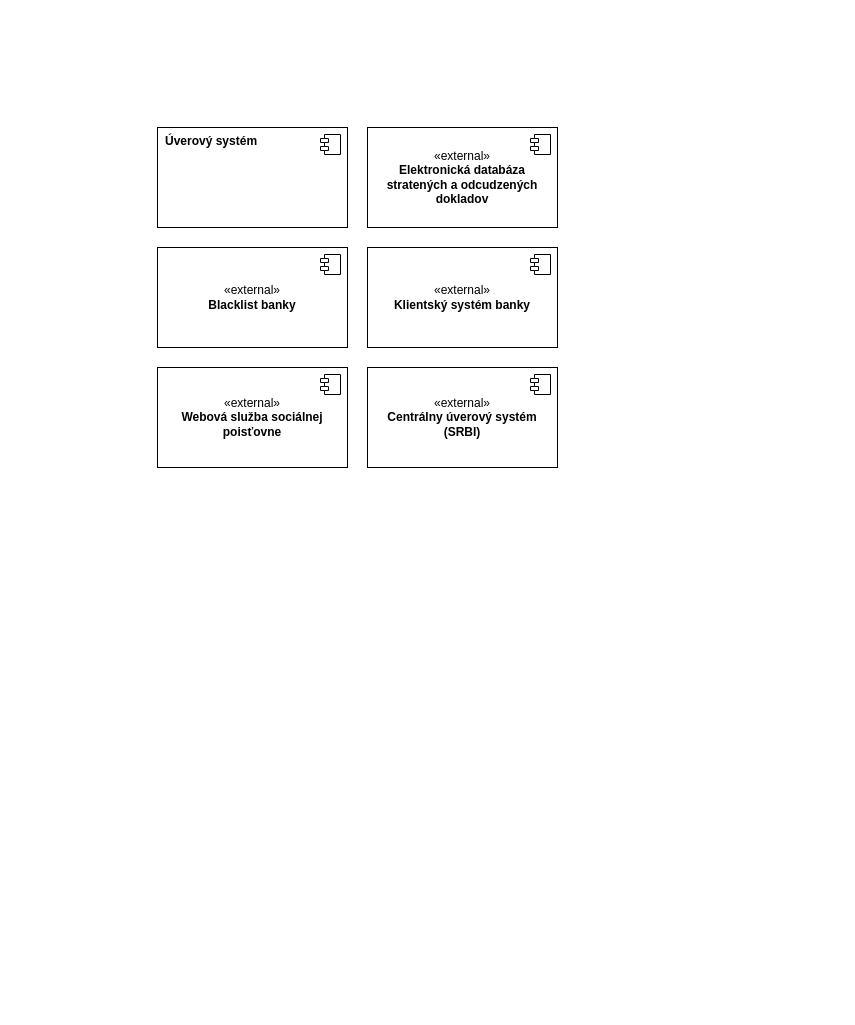
Earlier version of the draw.io diagram UML/Kontextovy.drawio (KubkoFrano/VyvojVelkychAplikacii). Source tidied: cells renumbered, new cells numbered last; positions are measured from the earlier drawing's top-left corner, leaving out a move shared by most shapes. Both pictures are drawn from the tidied source at 100%, with x=0, y=0 at pixel (157, 127).
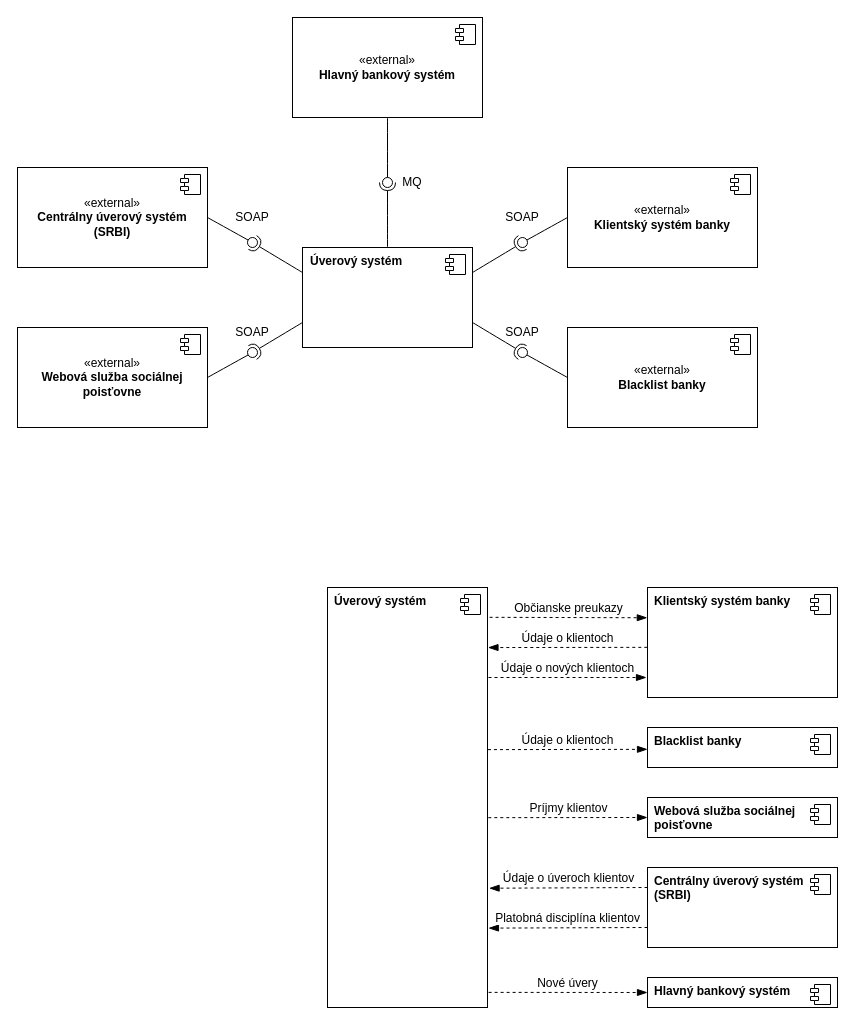
The same page after the edit.

What changed in the source:
```diff
@@
     <mxCell id="2" value="&lt;b&gt;Úverový systém&lt;/b&gt;" style="html=1;align=left;labelPosition=center;verticalLabelPosition=middle;verticalAlign=top;whiteSpace=wrap;spacingLeft=6;" parent="1" vertex="1">
-      <mxGeometry width="190" height="100" as="geometry" />
+      <mxGeometry x="145" y="120" width="170" height="100" as="geometry" />
     </mxCell>
@@
-    <mxCell id="4" value="«external»&lt;br&gt;&lt;b&gt;Elektronická databáza stratených a odcudzených dokladov&lt;/b&gt;" style="html=1;whiteSpace=wrap;" parent="1" vertex="1">
-      <mxGeometry x="210" width="190" height="100" as="geometry" />
-    </mxCell>
-    <mxCell id="5" style="shape=module;jettyWidth=8;jettyHeight=4;" parent="4" vertex="1">
-      <mxGeometry x="1" width="20" height="20" relative="1" as="geometry">
-        <mxPoint x="-27" y="7" as="offset" />
-      </mxGeometry>
-    </mxCell>
     <mxCell id="6" value="«external»&lt;br&gt;&lt;b&gt;Klientský systém banky&lt;/b&gt;" style="html=1;whiteSpace=wrap;" parent="1" vertex="1">
-      <mxGeometry x="210" y="120" width="190" height="100" as="geometry" />
+      <mxGeometry x="410" y="40" width="190" height="100" as="geometry" />
     </mxCell>
@@
     <mxCell id="8" value="«e&lt;span style=&quot;background-color: transparent; color: light-dark(rgb(0, 0, 0), rgb(255, 255, 255));&quot;&gt;xternal»&lt;/span&gt;&lt;div&gt;&lt;b&gt;Blacklist banky&lt;/b&gt;&lt;/div&gt;" style="html=1;whiteSpace=wrap;" parent="1" vertex="1">
-      <mxGeometry y="120" width="190" height="100" as="geometry" />
+      <mxGeometry x="410" y="200" width="190" height="100" as="geometry" />
     </mxCell>
@@
     <mxCell id="10" value="«e&lt;span style=&quot;background-color: transparent; color: light-dark(rgb(0, 0, 0), rgb(255, 255, 255));&quot;&gt;xternal»&lt;/span&gt;&lt;div&gt;&lt;b&gt;Webová služba sociálnej poisťovne&lt;/b&gt;&lt;/div&gt;" style="html=1;whiteSpace=wrap;" parent="1" vertex="1">
-      <mxGeometry y="240" width="190" height="100" as="geometry" />
+      <mxGeometry x="-140" y="200" width="190" height="100" as="geometry" />
     </mxCell>
@@
     <mxCell id="12" value="«e&lt;span style=&quot;background-color: transparent; color: light-dark(rgb(0, 0, 0), rgb(255, 255, 255));&quot;&gt;xternal»&lt;/span&gt;&lt;div&gt;&lt;b&gt;Centrálny úverový systém (SRBI)&lt;/b&gt;&lt;/div&gt;" style="html=1;whiteSpace=wrap;" parent="1" vertex="1">
-      <mxGeometry x="210" y="240" width="190" height="100" as="geometry" />
+      <mxGeometry x="-140" y="40" width="190" height="100" as="geometry" />
     </mxCell>
@@
+    <mxCell id="14" value="«e&lt;span style=&quot;background-color: transparent; color: light-dark(rgb(0, 0, 0), rgb(255, 255, 255));&quot;&gt;xternal»&lt;/span&gt;&lt;div&gt;&lt;b&gt;Hlavný bankový systém&lt;/b&gt;&lt;/div&gt;" style="html=1;whiteSpace=wrap;" parent="1" vertex="1">
+      <mxGeometry x="135" y="-110" width="190" height="100" as="geometry" />
+    </mxCell>
+    <mxCell id="15" style="shape=module;jettyWidth=8;jettyHeight=4;" parent="14" vertex="1">
+      <mxGeometry x="1" width="20" height="20" relative="1" as="geometry">
+        <mxPoint x="-27" y="7" as="offset" />
+      </mxGeometry>
+    </mxCell>
+    <mxCell id="16" style="rounded=0;jettySize=auto;html=1;endArrow=halfCircle;endFill=0;endSize=6;strokeWidth=1;sketch=0;fontSize=12;curved=1;exitX=0.5;exitY=0;exitDx=0;exitDy=0;" parent="1" edge="1" source="2" target="18">
+      <mxGeometry relative="1" as="geometry" />
+    </mxCell>
+    <mxCell id="17" style="rounded=0;jettySize=auto;html=1;endArrow=oval;endFill=0;sketch=0;sourcePerimeterSpacing=0;targetPerimeterSpacing=0;endSize=10;fontSize=12;curved=1;exitX=0.5;exitY=1;exitDx=0;exitDy=0;" parent="1" edge="1" source="14" target="18">
+      <mxGeometry relative="1" as="geometry" />
+    </mxCell>
+    <mxCell id="18" style="ellipse;whiteSpace=wrap;html=1;align=center;fillColor=none;strokeColor=none;perimeter=centerPerimeter;points=[];outlineConnect=1;" parent="1" vertex="1">
+      <mxGeometry x="225" y="50" width="10" height="10" as="geometry" />
+    </mxCell>
+    <mxCell id="19" value="MQ" style="text;html=1;align=center;verticalAlign=middle;whiteSpace=wrap;rounded=0;" parent="1" vertex="1">
+      <mxGeometry x="225" y="40" width="60" height="30" as="geometry" />
+    </mxCell>
+    <mxCell id="20" style="rounded=0;jettySize=auto;html=1;endArrow=halfCircle;endFill=0;endSize=6;strokeWidth=1;sketch=0;fontSize=12;curved=1;exitX=0;exitY=0.25;exitDx=0;exitDy=0;" parent="1" edge="1" source="2" target="22">
+      <mxGeometry relative="1" as="geometry" />
+    </mxCell>
+    <mxCell id="21" style="rounded=0;jettySize=auto;html=1;endArrow=oval;endFill=0;sketch=0;sourcePerimeterSpacing=0;targetPerimeterSpacing=0;endSize=10;fontSize=12;curved=1;exitX=1;exitY=0.5;exitDx=0;exitDy=0;" parent="1" edge="1" source="12" target="22">
+      <mxGeometry relative="1" as="geometry" />
+    </mxCell>
+    <mxCell id="22" style="ellipse;whiteSpace=wrap;html=1;align=center;fillColor=none;strokeColor=none;perimeter=centerPerimeter;points=[];outlineConnect=1;" parent="1" vertex="1">
+      <mxGeometry x="90" y="110" width="10" height="10" as="geometry" />
+    </mxCell>
+    <mxCell id="23" style="rounded=0;jettySize=auto;html=1;endArrow=halfCircle;endFill=0;endSize=6;strokeWidth=1;sketch=0;fontSize=12;curved=1;exitX=0;exitY=0.75;exitDx=0;exitDy=0;" parent="1" edge="1" source="2" target="25">
+      <mxGeometry relative="1" as="geometry" />
+    </mxCell>
+    <mxCell id="24" style="rounded=0;jettySize=auto;html=1;endArrow=oval;endFill=0;sketch=0;sourcePerimeterSpacing=0;targetPerimeterSpacing=0;endSize=10;fontSize=12;curved=1;exitX=1;exitY=0.5;exitDx=0;exitDy=0;" parent="1" edge="1" source="10" target="25">
+      <mxGeometry relative="1" as="geometry" />
+    </mxCell>
+    <mxCell id="25" style="ellipse;whiteSpace=wrap;html=1;align=center;fillColor=none;strokeColor=none;perimeter=centerPerimeter;points=[];outlineConnect=1;" parent="1" vertex="1">
+      <mxGeometry x="90" y="220" width="10" height="10" as="geometry" />
+    </mxCell>
+    <mxCell id="26" style="rounded=0;jettySize=auto;html=1;endArrow=halfCircle;endFill=0;endSize=6;strokeWidth=1;sketch=0;fontSize=12;curved=1;exitX=1;exitY=0.25;exitDx=0;exitDy=0;" parent="1" edge="1" source="2" target="28">
+      <mxGeometry relative="1" as="geometry" />
+    </mxCell>
+    <mxCell id="27" style="rounded=0;jettySize=auto;html=1;endArrow=oval;endFill=0;sketch=0;sourcePerimeterSpacing=0;targetPerimeterSpacing=0;endSize=10;fontSize=12;curved=1;exitX=0;exitY=0.5;exitDx=0;exitDy=0;" parent="1" edge="1" source="6" target="28">
+      <mxGeometry relative="1" as="geometry" />
+    </mxCell>
+    <mxCell id="28" style="ellipse;whiteSpace=wrap;html=1;align=center;fillColor=none;strokeColor=none;perimeter=centerPerimeter;points=[];outlineConnect=1;" parent="1" vertex="1">
+      <mxGeometry x="360" y="110" width="10" height="10" as="geometry" />
+    </mxCell>
+    <mxCell id="29" style="rounded=0;jettySize=auto;html=1;endArrow=halfCircle;endFill=0;endSize=6;strokeWidth=1;sketch=0;fontSize=12;curved=1;exitX=1;exitY=0.75;exitDx=0;exitDy=0;" parent="1" edge="1" source="2" target="31">
+      <mxGeometry relative="1" as="geometry" />
+    </mxCell>
+    <mxCell id="30" style="rounded=0;jettySize=auto;html=1;endArrow=oval;endFill=0;sketch=0;sourcePerimeterSpacing=0;targetPerimeterSpacing=0;endSize=10;fontSize=12;curved=1;exitX=0;exitY=0.5;exitDx=0;exitDy=0;" parent="1" edge="1" source="8" target="31">
+      <mxGeometry relative="1" as="geometry" />
+    </mxCell>
+    <mxCell id="31" style="ellipse;whiteSpace=wrap;html=1;align=center;fillColor=none;strokeColor=none;perimeter=centerPerimeter;points=[];outlineConnect=1;" parent="1" vertex="1">
+      <mxGeometry x="360" y="220" width="10" height="10" as="geometry" />
+    </mxCell>
+    <mxCell id="32" value="SOAP" style="text;html=1;align=center;verticalAlign=middle;whiteSpace=wrap;rounded=0;" parent="1" vertex="1">
+      <mxGeometry x="65" y="75" width="60" height="30" as="geometry" />
+    </mxCell>
+    <mxCell id="33" value="SOAP" style="text;html=1;align=center;verticalAlign=middle;whiteSpace=wrap;rounded=0;" parent="1" vertex="1">
+      <mxGeometry x="65" y="190" width="60" height="30" as="geometry" />
+    </mxCell>
+    <mxCell id="34" value="SOAP" style="text;html=1;align=center;verticalAlign=middle;whiteSpace=wrap;rounded=0;" parent="1" vertex="1">
+      <mxGeometry x="335" y="190" width="60" height="30" as="geometry" />
+    </mxCell>
+    <mxCell id="35" value="SOAP" style="text;html=1;align=center;verticalAlign=middle;whiteSpace=wrap;rounded=0;" parent="1" vertex="1">
+      <mxGeometry x="335" y="75" width="60" height="30" as="geometry" />
+    </mxCell>
+    <mxCell id="36" value="&lt;b&gt;Úverový systém&lt;/b&gt;" style="html=1;align=left;labelPosition=center;verticalLabelPosition=middle;verticalAlign=top;whiteSpace=wrap;spacingLeft=5;" parent="1" vertex="1">
+      <mxGeometry x="170" y="460" width="160" height="420" as="geometry" />
+    </mxCell>
+    <mxCell id="37" style="shape=module;jettyWidth=8;jettyHeight=4;" parent="36" vertex="1">
+      <mxGeometry x="1" width="20" height="20" relative="1" as="geometry">
+        <mxPoint x="-27" y="7" as="offset" />
+      </mxGeometry>
+    </mxCell>
+    <mxCell id="38" value="&lt;b&gt;Klientský systém banky&lt;/b&gt;" style="html=1;whiteSpace=wrap;align=left;verticalAlign=top;spacingLeft=5;" parent="1" vertex="1">
+      <mxGeometry x="490" y="460" width="190" height="110" as="geometry" />
+    </mxCell>
+    <mxCell id="39" style="shape=module;jettyWidth=8;jettyHeight=4;" parent="38" vertex="1">
+      <mxGeometry x="1" width="20" height="20" relative="1" as="geometry">
+        <mxPoint x="-27" y="7" as="offset" />
+      </mxGeometry>
+    </mxCell>
+    <mxCell id="40" value="Občianske preukazy" style="html=1;verticalAlign=bottom;endArrow=blockThin;dashed=1;endSize=8;curved=0;rounded=0;fontSize=12;entryX=-0.001;entryY=0.275;entryDx=0;entryDy=0;exitX=1.013;exitY=0.071;exitDx=0;exitDy=0;exitPerimeter=0;endFill=1;entryPerimeter=0;" parent="1" edge="1" source="36" target="38">
+      <mxGeometry relative="1" as="geometry" />
+    </mxCell>
+    <mxCell id="41" value="Údaje o klientoch" style="html=1;verticalAlign=bottom;endArrow=blockThin;dashed=1;endSize=8;curved=0;rounded=0;fontSize=12;exitX=-0.001;exitY=0.544;exitDx=0;exitDy=0;exitPerimeter=0;endFill=1;entryX=1.003;entryY=0.143;entryDx=0;entryDy=0;entryPerimeter=0;" parent="1" edge="1" source="38" target="36">
+      <mxGeometry relative="1" as="geometry" />
+    </mxCell>
+    <mxCell id="42" value="Údaje o nových klientoch" style="html=1;verticalAlign=bottom;endArrow=blockThin;dashed=1;endSize=8;curved=0;rounded=0;fontSize=12;endFill=1;" parent="1" edge="1">
+      <mxGeometry relative="1" as="geometry">
+        <mxPoint x="331" y="550" as="sourcePoint" />
+        <mxPoint x="489" y="550" as="targetPoint" />
+      </mxGeometry>
+    </mxCell>
+    <mxCell id="43" value="&lt;b&gt;Blacklist banky&lt;/b&gt;" style="html=1;whiteSpace=wrap;align=left;verticalAlign=top;spacingLeft=5;" parent="1" vertex="1">
+      <mxGeometry x="490" y="600" width="190" height="40" as="geometry" />
+    </mxCell>
+    <mxCell id="44" style="shape=module;jettyWidth=8;jettyHeight=4;" parent="43" vertex="1">
+      <mxGeometry x="1" width="20" height="20" relative="1" as="geometry">
+        <mxPoint x="-27" y="7" as="offset" />
+      </mxGeometry>
+    </mxCell>
+    <mxCell id="45" value="Údaje o klientoch" style="html=1;verticalAlign=bottom;endArrow=blockThin;dashed=1;endSize=8;curved=0;rounded=0;fontSize=12;entryX=0;entryY=0.546;entryDx=0;entryDy=0;exitX=1.003;exitY=0.386;exitDx=0;exitDy=0;exitPerimeter=0;endFill=1;entryPerimeter=0;" parent="1" edge="1" source="36" target="43">
+      <mxGeometry relative="1" as="geometry" />
+    </mxCell>
+    <mxCell id="46" value="&lt;b&gt;Webová služba sociálnej poisťovne&lt;/b&gt;" style="html=1;whiteSpace=wrap;align=left;verticalAlign=top;spacingLeft=5;" parent="1" vertex="1">
+      <mxGeometry x="490" y="670" width="190" height="40" as="geometry" />
+    </mxCell>
+    <mxCell id="47" style="shape=module;jettyWidth=8;jettyHeight=4;" parent="46" vertex="1">
+      <mxGeometry x="1" width="20" height="20" relative="1" as="geometry">
+        <mxPoint x="-27" y="7" as="offset" />
+      </mxGeometry>
+    </mxCell>
+    <mxCell id="48" value="Príjmy klientov" style="html=1;verticalAlign=bottom;endArrow=blockThin;dashed=1;endSize=8;curved=0;rounded=0;fontSize=12;entryX=0;entryY=0.5;entryDx=0;entryDy=0;exitX=1.005;exitY=0.548;exitDx=0;exitDy=0;exitPerimeter=0;endFill=1;" parent="1" edge="1" source="36" target="46">
+      <mxGeometry relative="1" as="geometry" />
+    </mxCell>
+    <mxCell id="49" value="&lt;b style=&quot;text-align: center;&quot;&gt;Centrálny úverový systém (SRBI)&lt;/b&gt;" style="html=1;whiteSpace=wrap;align=left;verticalAlign=top;spacingLeft=5;" parent="1" vertex="1">
+      <mxGeometry x="490" y="740" width="190" height="80" as="geometry" />
+    </mxCell>
+    <mxCell id="50" style="shape=module;jettyWidth=8;jettyHeight=4;" parent="49" vertex="1">
+      <mxGeometry x="1" width="20" height="20" relative="1" as="geometry">
+        <mxPoint x="-27" y="7" as="offset" />
+      </mxGeometry>
+    </mxCell>
+    <mxCell id="51" value="Platobná disciplína klientov" style="html=1;verticalAlign=bottom;endArrow=blockThin;dashed=1;endSize=8;curved=0;rounded=0;fontSize=12;entryX=1.006;entryY=0.811;entryDx=0;entryDy=0;exitX=0;exitY=0.75;exitDx=0;exitDy=0;endFill=1;entryPerimeter=0;" parent="1" edge="1" source="49" target="36">
+      <mxGeometry relative="1" as="geometry" />
+    </mxCell>
+    <mxCell id="52" value="Údaje o úveroch klientov" style="html=1;verticalAlign=bottom;endArrow=blockThin;dashed=1;endSize=8;curved=0;rounded=0;fontSize=12;entryX=1.01;entryY=0.716;entryDx=0;entryDy=0;exitX=0;exitY=0.25;exitDx=0;exitDy=0;endFill=1;entryPerimeter=0;" parent="1" edge="1" source="49" target="36">
+      <mxGeometry relative="1" as="geometry" />
+    </mxCell>
+    <mxCell id="53" value="&lt;b&gt;Hlavný bankový systém&lt;/b&gt;" style="html=1;whiteSpace=wrap;align=left;verticalAlign=top;spacingLeft=5;" parent="1" vertex="1">
+      <mxGeometry x="490" y="850" width="190" height="30" as="geometry" />
+    </mxCell>
+    <mxCell id="54" style="shape=module;jettyWidth=8;jettyHeight=4;" parent="53" vertex="1">
+      <mxGeometry x="1" width="20" height="20" relative="1" as="geometry">
+        <mxPoint x="-27" y="7" as="offset" />
+      </mxGeometry>
+    </mxCell>
+    <mxCell id="55" value="Nové úvery" style="html=1;verticalAlign=bottom;endArrow=blockThin;dashed=1;endSize=8;curved=0;rounded=0;fontSize=12;entryX=0;entryY=0.5;entryDx=0;entryDy=0;exitX=1.007;exitY=0.964;exitDx=0;exitDy=0;exitPerimeter=0;endFill=1;" parent="1" edge="1" source="36" target="53">
+      <mxGeometry relative="1" as="geometry" />
+    </mxCell>
```
